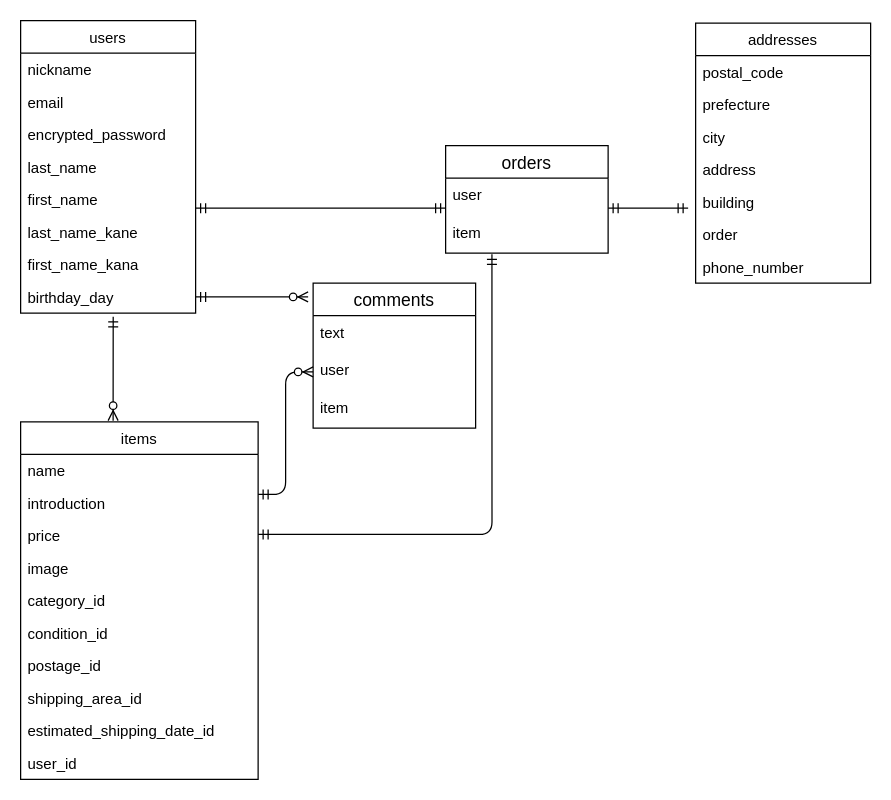
Earlier version of the draw.io diagram furima-31996.dio (mr0216/furima-31996). Source tidied: cells renumbered, new cells numbered last; positions are measured from the earlier drawing's top-left corner, leaving out a move shared by most shapes. Both pictures are drawn from the tidied source at 125%, with x=0, y=0 at pixel (20, 20).
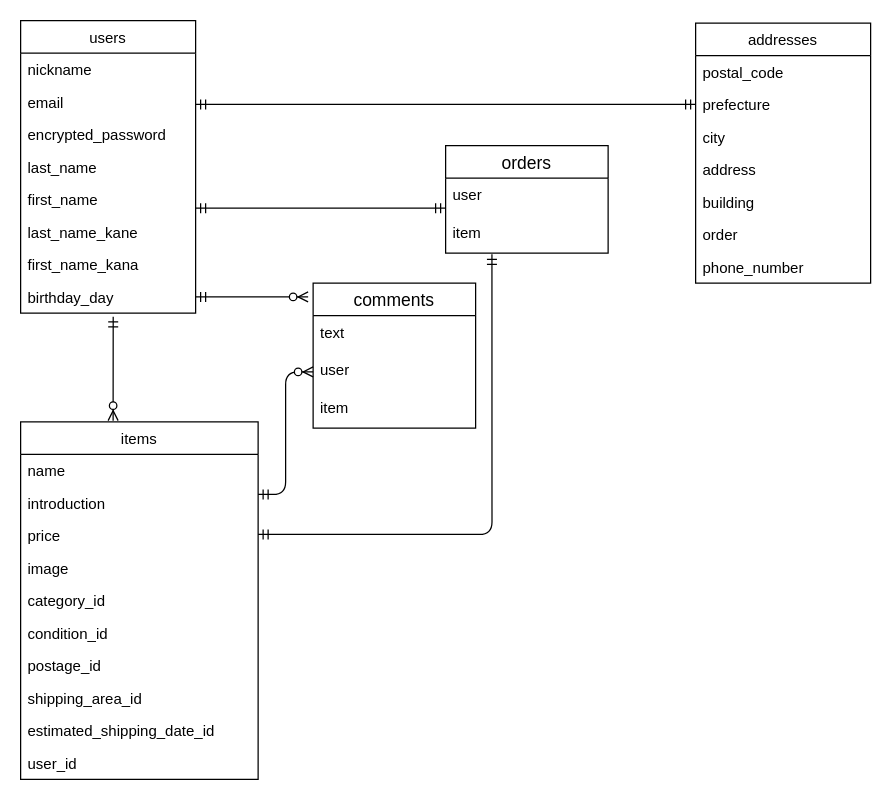
The same diagram, later.

The change refers to these unchanged cells:
```xml
<mxCell id="37" value="prefecture" style="text;strokeColor=none;fillColor=none;align=left;verticalAlign=top;spacingLeft=4;spacingRight=4;overflow=hidden;points=[[0,0.5],[1,0.5]];portConstraint=eastwest;" parent="35" vertex="1">
  <mxGeometry y="52" width="140" height="26" as="geometry" />
</mxCell>
```

Diff of the diagram source:
```diff
@@
-    <mxCell id="26" style="edgeStyle=entityRelationEdgeStyle;fontSize=12;html=1;endArrow=ERmandOne;startArrow=ERmandOne;" parent="1" edge="1">
+    <mxCell id="26" style="edgeStyle=entityRelationEdgeStyle;fontSize=12;html=1;endArrow=ERmandOne;startArrow=ERmandOne;entryX=0;entryY=0.5;entryDx=0;entryDy=0;" parent="1" edge="1" target="37">
       <mxGeometry relative="1" as="geometry">
-        <mxPoint x="470" y="150" as="sourcePoint" />
-        <mxPoint x="534" y="150" as="targetPoint" />
+        <mxPoint x="140" y="67" as="sourcePoint" />
       </mxGeometry>
     </mxCell>
```
